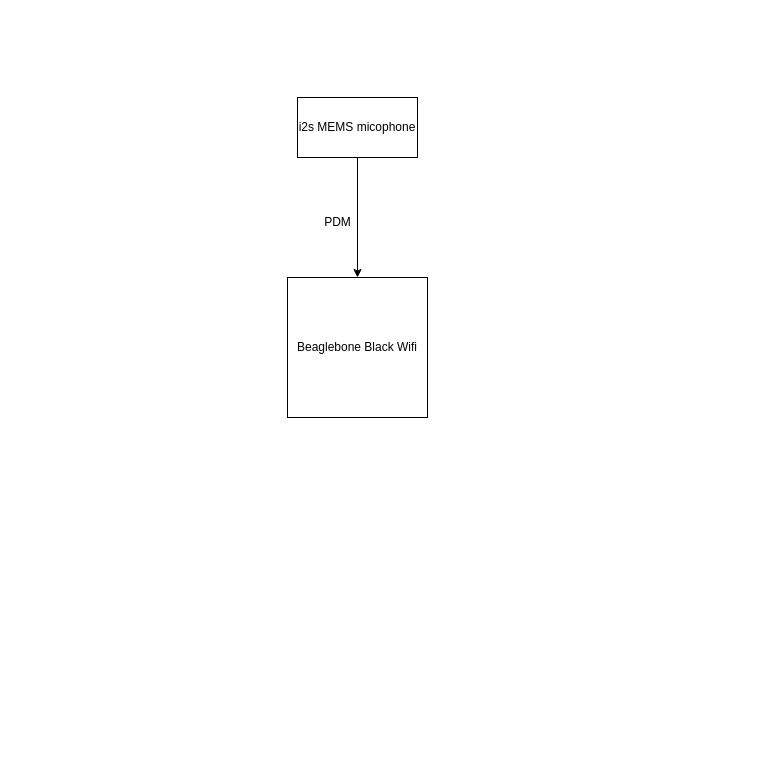
Earlier version of the draw.io diagram hardware_diagram.drawio (IoT-project-groups-1-2/g2-voice-controller). Source tidied: cells renumbered, new cells numbered last; positions are measured from the earlier drawing's top-left corner, leaving out a move shared by most shapes. Both pictures are drawn from the tidied source at 100%, with x=0, y=0 at pixel (287, 97).
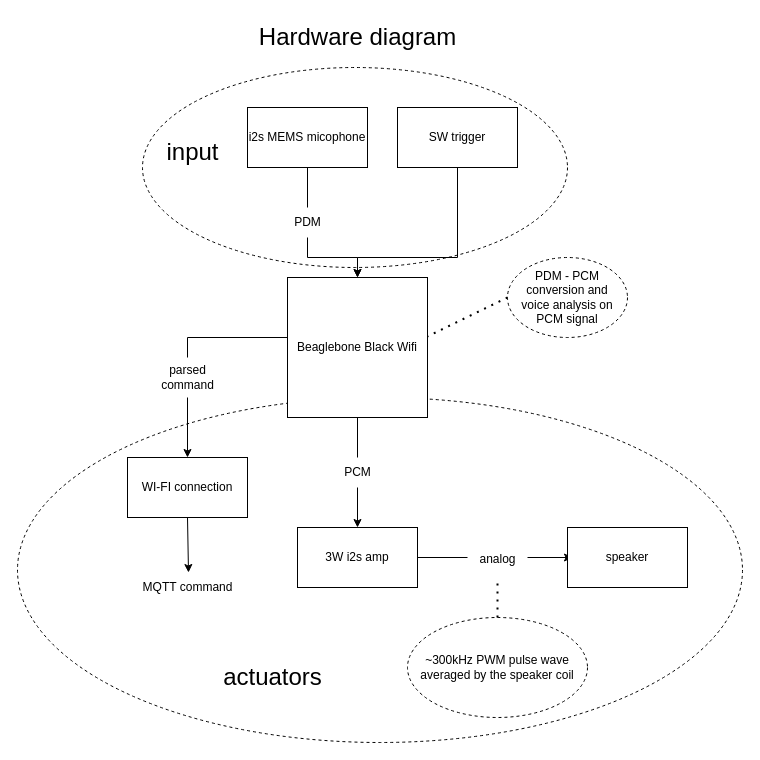
The same page after the edit.

Commit message:
Update actuators and overall structure on hardware_diagram.drawio

Unchanged cells that the change refers to:
```xml
<mxCell id="4" value="Beaglebone Black Wifi" style="whiteSpace=wrap;html=1;" parent="1" vertex="1">
  <mxGeometry y="180" width="140" height="140" as="geometry" />
</mxCell>
```

Change to the diagram source:
```diff
@@
+    <mxCell id="6" style="ellipse;whiteSpace=wrap;html=1;dashed=1;fontSize=16;" parent="1" vertex="1">
+      <mxGeometry x="-270" y="300" width="725" height="345" as="geometry" />
+    </mxCell>
+    <mxCell id="7" style="ellipse;whiteSpace=wrap;html=1;dashed=1;fontSize=16;" parent="1" vertex="1">
+      <mxGeometry x="-145" y="-30" width="425" height="200" as="geometry" />
+    </mxCell>
-    <mxCell id="2" style="edgeStyle=orthogonalEdgeStyle;rounded=0;jettySize=auto;html=1;entryX=0.5;entryY=0;entryDx=0;entryDy=0;" parent="1" edge="1" source="3" target="4">
+    <mxCell id="2" style="edgeStyle=orthogonalEdgeStyle;rounded=0;jettySize=auto;html=1;entryX=0.5;entryY=0;entryDx=0;entryDy=0;startArrow=none;" parent="1" edge="1" source="5" target="4">
       <mxGeometry relative="1" as="geometry" />
     </mxCell>
     <mxCell id="3" value="i2s MEMS micophone" style="rounded=0;whiteSpace=wrap;html=1;" parent="1" vertex="1">
-      <mxGeometry x="10" width="120" height="60" as="geometry" />
+      <mxGeometry x="-40" y="10" width="120" height="60" as="geometry" />
     </mxCell>
+    <mxCell id="8" style="edgeStyle=orthogonalEdgeStyle;rounded=0;jettySize=auto;html=1;entryX=0.5;entryY=0;entryDx=0;entryDy=0;fontSize=12;startArrow=none;" parent="1" edge="1" source="25" target="11">
+      <mxGeometry relative="1" as="geometry" />
+    </mxCell>
+    <mxCell id="9" style="edgeStyle=orthogonalEdgeStyle;rounded=0;jettySize=auto;html=1;entryX=0.5;entryY=0;entryDx=0;entryDy=0;fontSize=12;endArrow=classic;endFill=1;startArrow=none;" parent="1" edge="1" source="28" target="24">
+      <mxGeometry relative="1" as="geometry" />
+    </mxCell>
@@
+    <mxCell id="10" style="edgeStyle=orthogonalEdgeStyle;rounded=0;jettySize=auto;html=1;entryX=0;entryY=0.5;entryDx=0;entryDy=0;fontSize=12;startArrow=none;" parent="1" edge="1" source="20">
+      <mxGeometry relative="1" as="geometry">
+        <mxPoint x="285" y="460" as="targetPoint" />
+      </mxGeometry>
+    </mxCell>
+    <mxCell id="11" value="&lt;div&gt;3W i2s amp&lt;/div&gt;" style="rounded=0;whiteSpace=wrap;html=1;" parent="1" vertex="1">
+      <mxGeometry x="10" y="430" width="120" height="60" as="geometry" />
+    </mxCell>
+    <mxCell id="12" value="&lt;div&gt;PDM - PCM conversion and&lt;br&gt;&lt;/div&gt;&lt;div&gt;voice analysis on PCM signal&lt;br&gt;&lt;/div&gt;" style="ellipse;whiteSpace=wrap;html=1;dashed=1;" parent="1" vertex="1">
+      <mxGeometry x="220" y="160" width="120" height="80" as="geometry" />
+    </mxCell>
+    <mxCell id="13" style="endArrow=none;dashed=1;html=1;dashPattern=1 3;strokeWidth=2;rounded=0;exitX=0;exitY=0.5;exitDx=0;exitDy=0;entryX=1;entryY=0.421;entryDx=0;entryDy=0;entryPerimeter=0;" parent="1" edge="1" source="12" target="4">
+      <mxGeometry relative="1" as="geometry" />
+    </mxCell>
+    <mxCell id="14" value="Hardware diagram" style="text;html=1;align=center;verticalAlign=middle;strokeColor=none;fillColor=none;fontSize=24;" parent="1" vertex="1">
+      <mxGeometry x="-40" y="-80" width="220" height="40" as="geometry" />
+    </mxCell>
+    <mxCell id="15" value="input" style="text;html=1;align=center;verticalAlign=middle;strokeColor=none;fillColor=none;fontSize=24;" parent="1" vertex="1">
+      <mxGeometry x="-135" y="35" width="80" height="40" as="geometry" />
+    </mxCell>
     <mxCell id="5" value="PDM" style="text;html=1;align=center;verticalAlign=middle;points=[];strokeColor=none;fillColor=none;" parent="1" vertex="1">
-      <mxGeometry x="25" y="110" width="50" height="30" as="geometry" />
+      <mxGeometry x="-5" y="110" width="50" height="30" as="geometry" />
     </mxCell>
+    <mxCell id="16" style="edgeStyle=orthogonalEdgeStyle;rounded=0;jettySize=auto;html=1;entryX=0.5;entryY=0;entryDx=0;entryDy=0;endArrow=none;" parent="1" edge="1" source="3" target="5">
+      <mxGeometry relative="1" as="geometry" />
+    </mxCell>
+    <mxCell id="17" style="edgeStyle=orthogonalEdgeStyle;rounded=0;jettySize=auto;html=1;entryX=0.5;entryY=0;entryDx=0;entryDy=0;fontSize=16;" parent="1" edge="1" source="18" target="4">
+      <mxGeometry relative="1" as="geometry">
+        <Array as="points">
+          <mxPoint x="170" y="160" />
+          <mxPoint x="70" y="160" />
+        </Array>
+      </mxGeometry>
+    </mxCell>
+    <mxCell id="18" value="SW trigger" style="rounded=0;whiteSpace=wrap;html=1;" parent="1" vertex="1">
+      <mxGeometry x="110" y="10" width="120" height="60" as="geometry" />
+    </mxCell>
+    <mxCell id="19" value="speaker" style="rounded=0;whiteSpace=wrap;html=1;" parent="1" vertex="1">
+      <mxGeometry x="280" y="430" width="120" height="60" as="geometry" />
+    </mxCell>
+    <mxCell id="20" value="&lt;font style=&quot;font-size: 12px;&quot;&gt;analog&lt;/font&gt;" style="text;html=1;align=center;verticalAlign=middle;points=[];strokeColor=none;fillColor=none;fontSize=16;" parent="1" vertex="1">
+      <mxGeometry x="180" y="445" width="60" height="30" as="geometry" />
+    </mxCell>
+    <mxCell id="21" style="edgeStyle=orthogonalEdgeStyle;rounded=0;jettySize=auto;html=1;entryX=0;entryY=0.5;entryDx=0;entryDy=0;fontSize=12;endArrow=none;" parent="1" edge="1" source="11" target="20">
+      <mxGeometry relative="1" as="geometry" />
+    </mxCell>
+    <mxCell id="22" value="~300kHz PWM pulse wave averaged by the speaker coil" style="ellipse;whiteSpace=wrap;html=1;dashed=1;" parent="1" vertex="1">
+      <mxGeometry x="120" y="520" width="180" height="100" as="geometry" />
+    </mxCell>
+    <mxCell id="23" value="actuators" style="text;html=1;align=center;verticalAlign=middle;strokeColor=none;fillColor=none;fontSize=24;" parent="1" vertex="1">
+      <mxGeometry x="-75" y="560" width="120" height="40" as="geometry" />
+    </mxCell>
+    <mxCell id="24" value="WI-FI connection" style="rounded=0;whiteSpace=wrap;html=1;" parent="1" vertex="1">
+      <mxGeometry x="-160" y="360" width="120" height="60" as="geometry" />
+    </mxCell>
+    <mxCell id="25" value="PCM" style="text;html=1;align=center;verticalAlign=middle;points=[];strokeColor=none;fillColor=none;" parent="1" vertex="1">
+      <mxGeometry x="45" y="360" width="50" height="30" as="geometry" />
+    </mxCell>
+    <mxCell id="26" style="edgeStyle=orthogonalEdgeStyle;rounded=0;jettySize=auto;html=1;entryX=0.5;entryY=0;entryDx=0;entryDy=0;fontSize=12;endArrow=none;" parent="1" edge="1" source="4" target="25">
+      <mxGeometry relative="1" as="geometry" />
+    </mxCell>
+    <mxCell id="27" style="endArrow=none;dashed=1;html=1;dashPattern=1 3;strokeWidth=2;rounded=0;fontSize=12;exitX=0.5;exitY=0;exitDx=0;exitDy=0;entryX=0.5;entryY=1.167;entryDx=0;entryDy=0;entryPerimeter=0;" parent="1" edge="1" source="22" target="20">
+      <mxGeometry relative="1" as="geometry" />
+    </mxCell>
+    <mxCell id="28" value="&lt;div&gt;parsed &lt;br&gt;&lt;/div&gt;&lt;div&gt;command&lt;/div&gt;" style="text;html=1;align=center;verticalAlign=middle;points=[];strokeColor=none;fillColor=none;fontSize=12;" parent="1" vertex="1">
+      <mxGeometry x="-140" y="260" width="80" height="40" as="geometry" />
+    </mxCell>
+    <mxCell id="29" style="edgeStyle=orthogonalEdgeStyle;rounded=0;jettySize=auto;html=1;entryX=0.5;entryY=0;entryDx=0;entryDy=0;fontSize=12;endArrow=none;endFill=1;" parent="1" edge="1" source="4" target="28">
+      <mxGeometry relative="1" as="geometry">
+        <Array as="points">
+          <mxPoint x="-100" y="240" />
+        </Array>
+      </mxGeometry>
+    </mxCell>
+    <mxCell id="30" style="endArrow=classic;html=1;rounded=0;fontSize=12;exitX=0.5;exitY=1;exitDx=0;exitDy=0;" parent="1" edge="1" source="24">
+      <mxGeometry relative="1" as="geometry">
+        <mxPoint x="-99" y="475" as="targetPoint" />
+      </mxGeometry>
+    </mxCell>
+    <mxCell id="31" value="MQTT command" style="text;html=1;align=center;verticalAlign=middle;strokeColor=none;fillColor=none;fontSize=12;" parent="1" vertex="1">
+      <mxGeometry x="-155" y="475" width="110" height="30" as="geometry" />
+    </mxCell>
```
